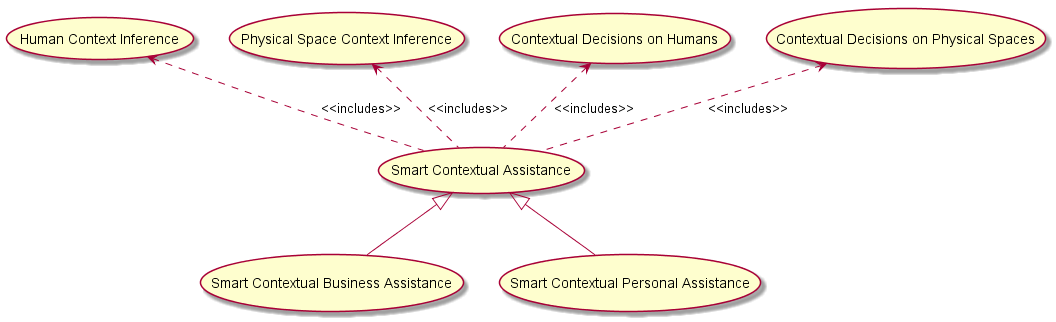
Earlier version of the PlantUML export docs/scenarios/smart-contextual-assistance/smart-contextual-assistance-use-cases.png (reTHINK-project/scenario-service-implementation).
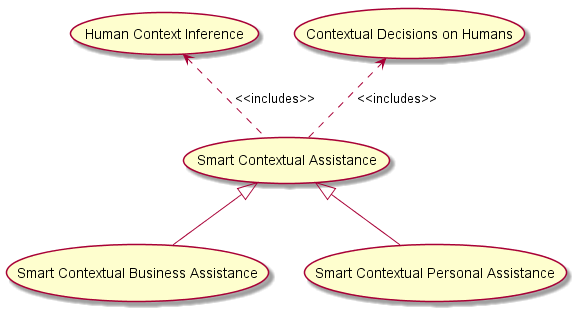
Above is the later version.

Commit message:
Smart Working use case added to Smart Contextual Assistance scenario

Change to the diagram source:
```diff
@@ -4,14 +4,10 @@
 usecase (Smart Contextual Business Assistance) as bizzAssistUC
 usecase (Smart Contextual Personal Assistance) as myAssistUC
 usecase (Human Context Inference) as humanCtxtUC
-usecase (Physical Space Context Inference) as spaceCtxtUC
 usecase (Contextual Decisions on Humans) as smartHumanUC
-usecase (Contextual Decisions on Physical Spaces) as smartSpaceUC
 
 smartHumanUC <.. assistUC : <<includes>>
 humanCtxtUC <.. assistUC : <<includes>>
-smartSpaceUC <.. assistUC : <<includes>>
-spaceCtxtUC <.. assistUC : <<includes>>
 
 assistUC <|-- bizzAssistUC
 assistUC <|-- myAssistUC
```
